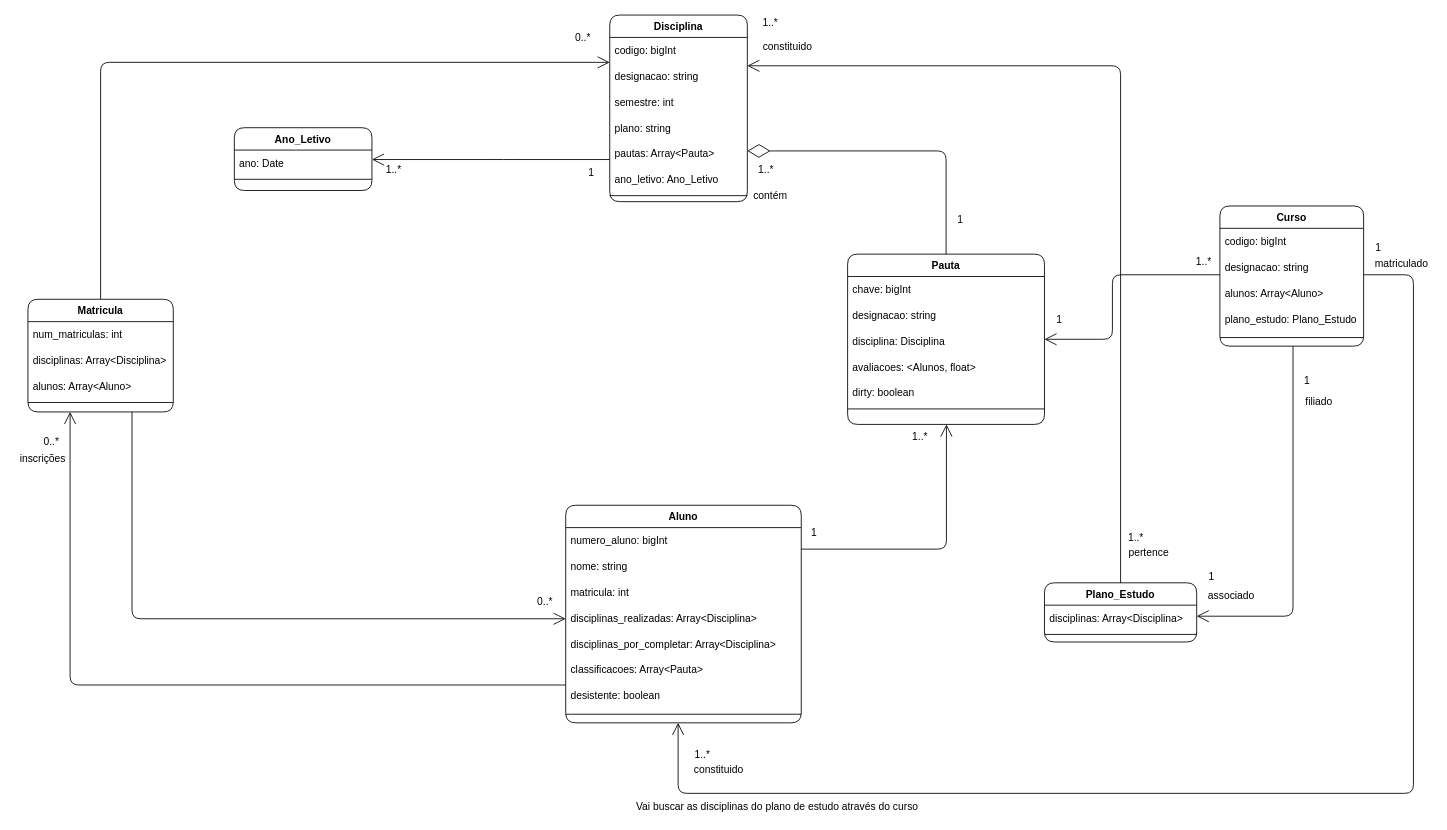
This is page "Domain" (1 of 2) of Docs/Diagrams.drawio from ruimpcastro/pweb2022, a draw.io file, before an edit. Source tidied: cells renumbered, new cells numbered last; positions are measured from the earlier drawing's top-left corner, leaving out a move shared by most shapes. Both pictures are drawn from the tidied source at 86%, with x=0, y=0 at pixel (15, 15).
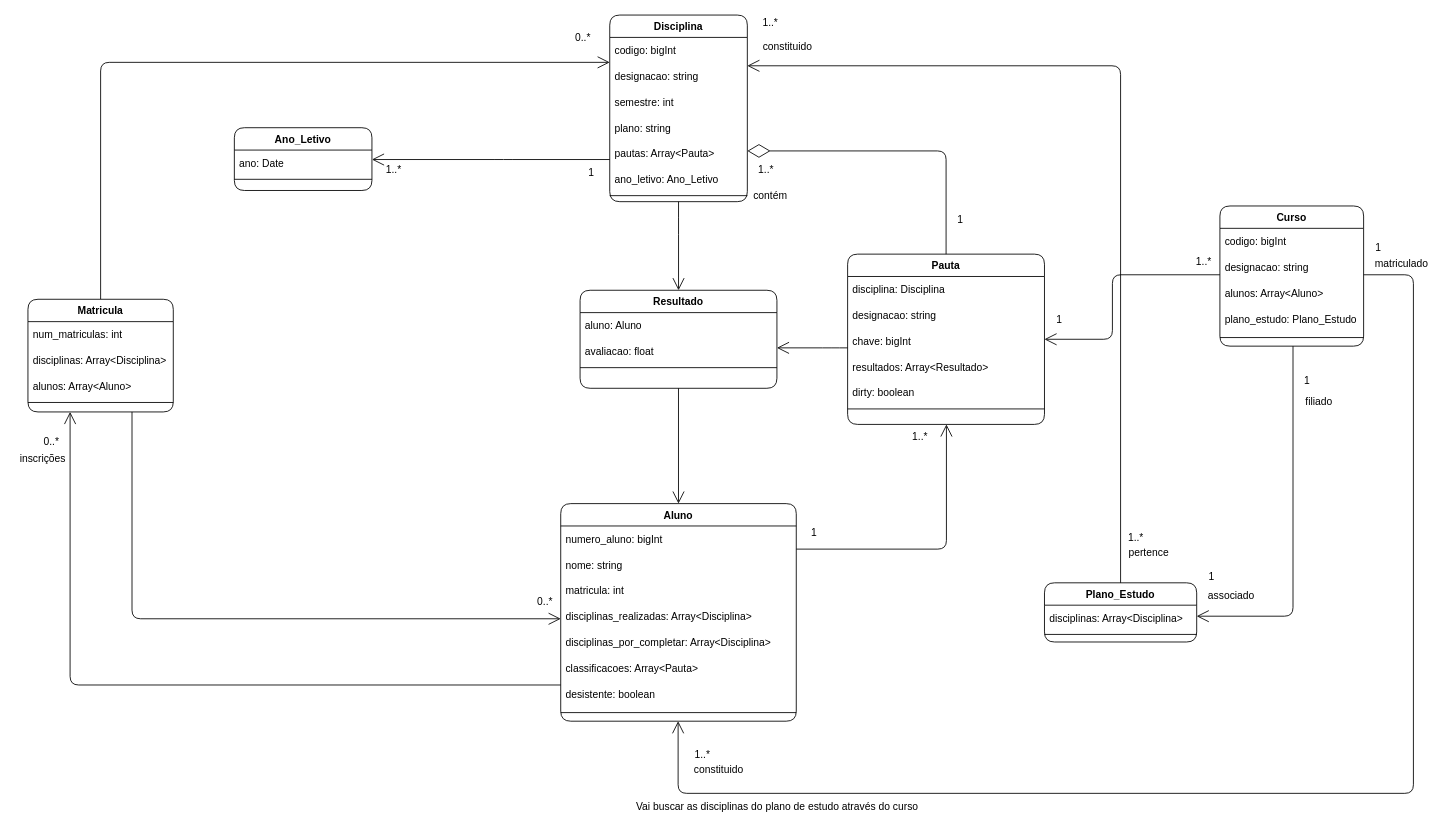
After the change.

Commit message:
Versão Final Diagrama 102012

The change refers to these unchanged cells:
```xml
<mxCell id="11" value="Disciplina" style="swimlane;fontStyle=1;align=center;verticalAlign=top;horizontal=1;startSize=26;shadow=0;strokeWidth=1;rounded=1;" parent="1" vertex="1">
  <mxGeometry x="691.5" width="160" height="217" as="geometry" />
</mxCell>
<mxCell id="30" value="Pauta" style="swimlane;fontStyle=1;align=center;verticalAlign=top;horizontal=1;startSize=26;shadow=0;strokeWidth=1;rounded=1;" parent="1" vertex="1">
  <mxGeometry x="968.1" y="278" width="228.9" height="198" as="geometry" />
</mxCell>
```

Diff of the diagram source:
```diff
@@
     <mxCell id="2" value="Aluno" style="swimlane;fontStyle=1;align=center;verticalAlign=top;horizontal=1;startSize=26;shadow=0;strokeWidth=1;rounded=1;" parent="1" vertex="1">
-      <mxGeometry x="640.3" y="570" width="273.9" height="253" as="geometry" />
+      <mxGeometry x="634.5" y="568.1" width="273.9" height="253" as="geometry" />
     </mxCell>
@@
+    <mxCell id="33" value="disciplina: Disciplina" style="text;strokeColor=none;fillColor=none;align=left;verticalAlign=middle;spacingLeft=4;spacingRight=4;overflow=hidden;rounded=1;" parent="30" vertex="1">
+      <mxGeometry y="26" width="228.9" height="30" as="geometry" />
+    </mxCell>
+    <mxCell id="32" value="designacao: string" style="text;strokeColor=none;fillColor=none;align=left;verticalAlign=middle;spacingLeft=4;spacingRight=4;overflow=hidden;rounded=1;" parent="30" vertex="1">
+      <mxGeometry y="56" width="228.9" height="30" as="geometry" />
+    </mxCell>
     <mxCell id="31" value="chave: bigInt" style="text;strokeColor=none;fillColor=none;align=left;verticalAlign=middle;spacingLeft=4;spacingRight=4;overflow=hidden;rounded=1;" parent="30" vertex="1">
-      <mxGeometry y="26" width="228.9" height="30" as="geometry" />
+      <mxGeometry y="86" width="228.9" height="30" as="geometry" />
     </mxCell>
-    <mxCell id="32" value="designacao: string" style="text;strokeColor=none;fillColor=none;align=left;verticalAlign=middle;spacingLeft=4;spacingRight=4;overflow=hidden;rounded=1;" parent="30" vertex="1">
-      <mxGeometry y="56" width="228.9" height="30" as="geometry" />
-    </mxCell>
-    <mxCell id="33" value="disciplina: Disciplina" style="text;strokeColor=none;fillColor=none;align=left;verticalAlign=middle;spacingLeft=4;spacingRight=4;overflow=hidden;rounded=1;" parent="30" vertex="1">
-      <mxGeometry y="86" width="228.9" height="30" as="geometry" />
-    </mxCell>
-    <mxCell id="34" value="avaliacoes: &lt;Alunos, float&gt;" style="text;strokeColor=none;fillColor=none;align=left;verticalAlign=middle;spacingLeft=4;spacingRight=4;overflow=hidden;rounded=1;" parent="30" vertex="1">
+    <mxCell id="34" value="resultados: Array&lt;Resultado&gt;" style="text;strokeColor=none;fillColor=none;align=left;verticalAlign=middle;spacingLeft=4;spacingRight=4;overflow=hidden;rounded=1;" parent="30" vertex="1">
       <mxGeometry y="116" width="228.9" height="30" as="geometry" />
     </mxCell>
@@
+    <mxCell id="79" value="Resultado" style="swimlane;fontStyle=1;align=center;verticalAlign=top;horizontal=1;startSize=26;shadow=0;strokeWidth=1;rounded=1;" parent="1" vertex="1">
+      <mxGeometry x="657" y="320" width="228.9" height="114" as="geometry" />
+    </mxCell>
+    <mxCell id="80" value="aluno: Aluno" style="text;strokeColor=none;fillColor=none;align=left;verticalAlign=middle;spacingLeft=4;spacingRight=4;overflow=hidden;rounded=1;" parent="79" vertex="1">
+      <mxGeometry y="26" width="228.9" height="30" as="geometry" />
+    </mxCell>
+    <mxCell id="81" value="avaliacao: float" style="text;strokeColor=none;fillColor=none;align=left;verticalAlign=middle;spacingLeft=4;spacingRight=4;overflow=hidden;rounded=1;" parent="79" vertex="1">
+      <mxGeometry y="56" width="228.9" height="30" as="geometry" />
+    </mxCell>
+    <mxCell id="82" style="line;html=1;strokeWidth=1;align=left;verticalAlign=middle;spacingTop=-1;spacingLeft=3;spacingRight=3;labelPosition=right;rounded=1;" parent="79" vertex="1">
+      <mxGeometry y="86" width="228.9" height="8" as="geometry" />
+    </mxCell>
+    <mxCell id="83" style="endArrow=open;endFill=1;endSize=12;html=1;rounded=1;edgeStyle=orthogonalEdgeStyle;" parent="1" edge="1" source="30" target="79">
+      <mxGeometry relative="1" as="geometry">
+        <Array as="points">
+          <mxPoint x="949" y="387" />
+          <mxPoint x="949" y="387" />
+        </Array>
+      </mxGeometry>
+    </mxCell>
+    <mxCell id="84" style="endArrow=open;endFill=1;endSize=12;html=1;rounded=1;edgeStyle=orthogonalEdgeStyle;" parent="1" edge="1" source="79" target="2">
+      <mxGeometry relative="1" as="geometry" />
+    </mxCell>
+    <mxCell id="85" style="endArrow=open;endFill=1;endSize=12;html=1;rounded=1;edgeStyle=orthogonalEdgeStyle;" parent="1" edge="1" source="11" target="79">
+      <mxGeometry relative="1" as="geometry">
+        <Array as="points">
+          <mxPoint x="771" y="245" />
+          <mxPoint x="771" y="245" />
+        </Array>
+      </mxGeometry>
+    </mxCell>
```
